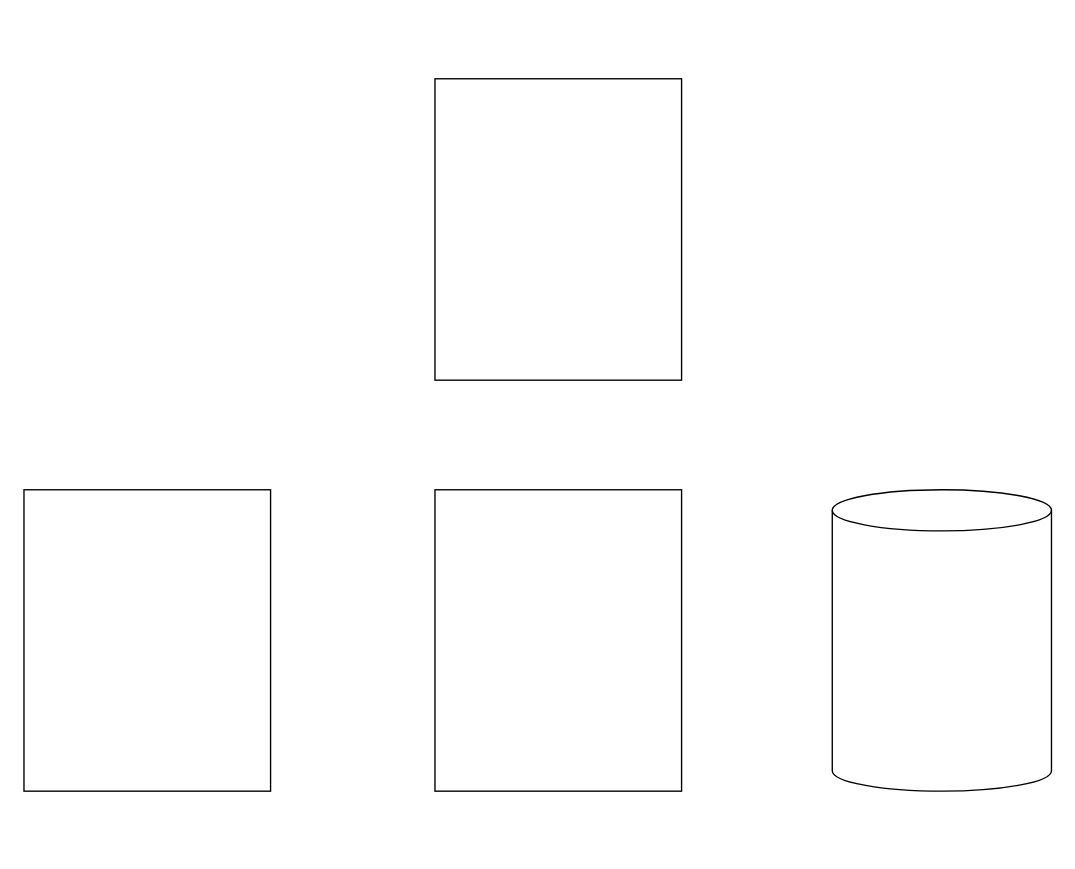
Earlier version of the draw.io diagram det-diag-v-1.drawio (aditya-deo/gan-paper-2-diagrams). Source tidied: cells renumbered, new cells numbered last; positions are measured from the earlier drawing's top-left corner, leaving out a move shared by most shapes. Both pictures are drawn from the tidied source at 137%, with x=0, y=0 at pixel (23, 78).
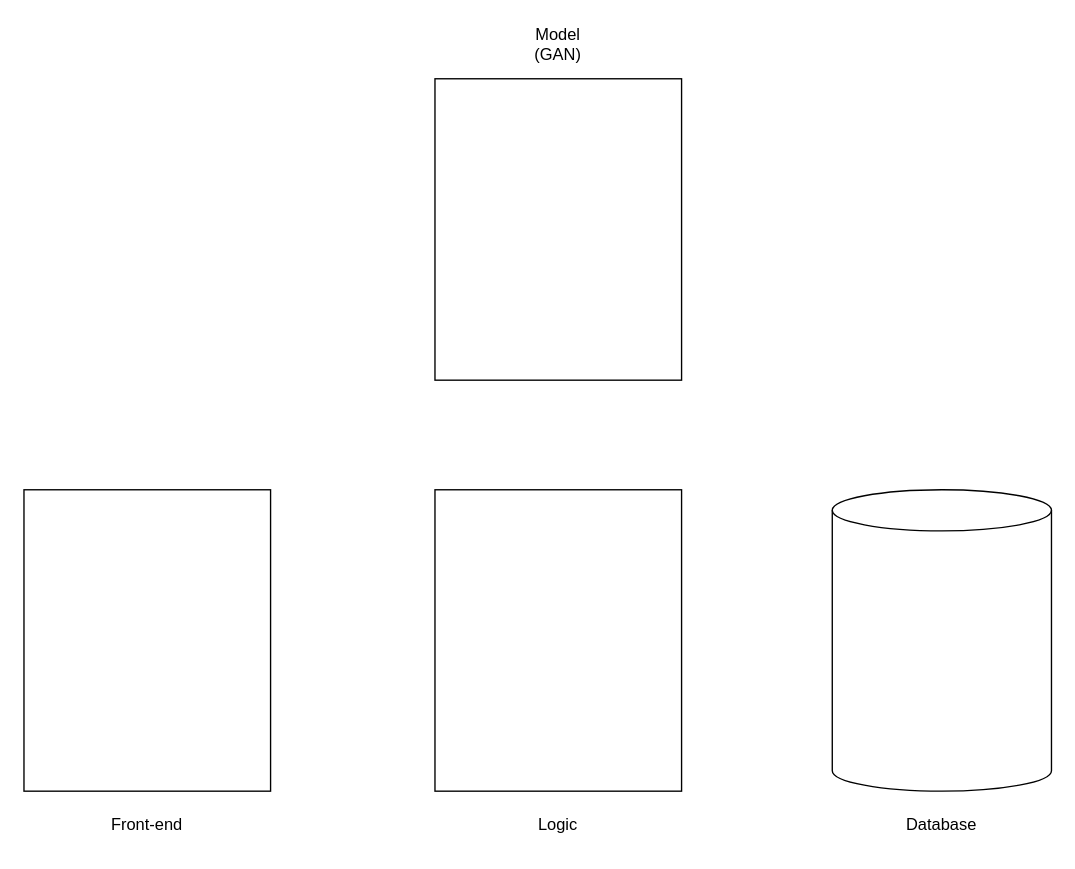
After the change.

The edit, as a diff of the source:
```diff
@@
 <mxGraphModel>
   <root>
     <mxCell id="0" />
     <mxCell id="1" parent="0" />
     <mxCell id="2" style="rounded=0;whiteSpace=wrap;html=1;" parent="1" vertex="1">
       <mxGeometry y="300" width="180" height="220" as="geometry" />
     </mxCell>
     <mxCell id="3" style="rounded=0;whiteSpace=wrap;html=1;" parent="1" vertex="1">
       <mxGeometry x="300" y="300" width="180" height="220" as="geometry" />
     </mxCell>
     <mxCell id="4" style="rounded=0;whiteSpace=wrap;html=1;" parent="1" vertex="1">
       <mxGeometry x="300" width="180" height="220" as="geometry" />
     </mxCell>
     <mxCell id="5" style="shape=cylinder3;whiteSpace=wrap;html=1;boundedLbl=1;backgroundOutline=1;size=15;" parent="1" vertex="1">
       <mxGeometry x="590" y="300" width="160" height="220" as="geometry" />
     </mxCell>
+    <mxCell id="6" value="Front-end" style="text;html=1;strokeColor=none;fillColor=none;align=center;verticalAlign=middle;whiteSpace=wrap;rounded=0;" parent="1" vertex="1">
+      <mxGeometry x="60" y="530" width="60" height="30" as="geometry" />
+    </mxCell>
+    <mxCell id="7" value="Logic" style="text;html=1;strokeColor=none;fillColor=none;align=center;verticalAlign=middle;whiteSpace=wrap;rounded=0;" parent="1" vertex="1">
+      <mxGeometry x="360" y="530" width="60" height="30" as="geometry" />
+    </mxCell>
+    <mxCell id="8" value="Model (GAN)" style="text;html=1;strokeColor=none;fillColor=none;align=center;verticalAlign=middle;whiteSpace=wrap;rounded=0;" parent="1" vertex="1">
+      <mxGeometry x="360" y="-40" width="60" height="30" as="geometry" />
+    </mxCell>
+    <mxCell id="9" value="Database" style="text;html=1;strokeColor=none;fillColor=none;align=center;verticalAlign=middle;whiteSpace=wrap;rounded=0;" parent="1" vertex="1">
+      <mxGeometry x="640" y="530" width="60" height="30" as="geometry" />
+    </mxCell>
   </root>
 </mxGraphModel>
```
